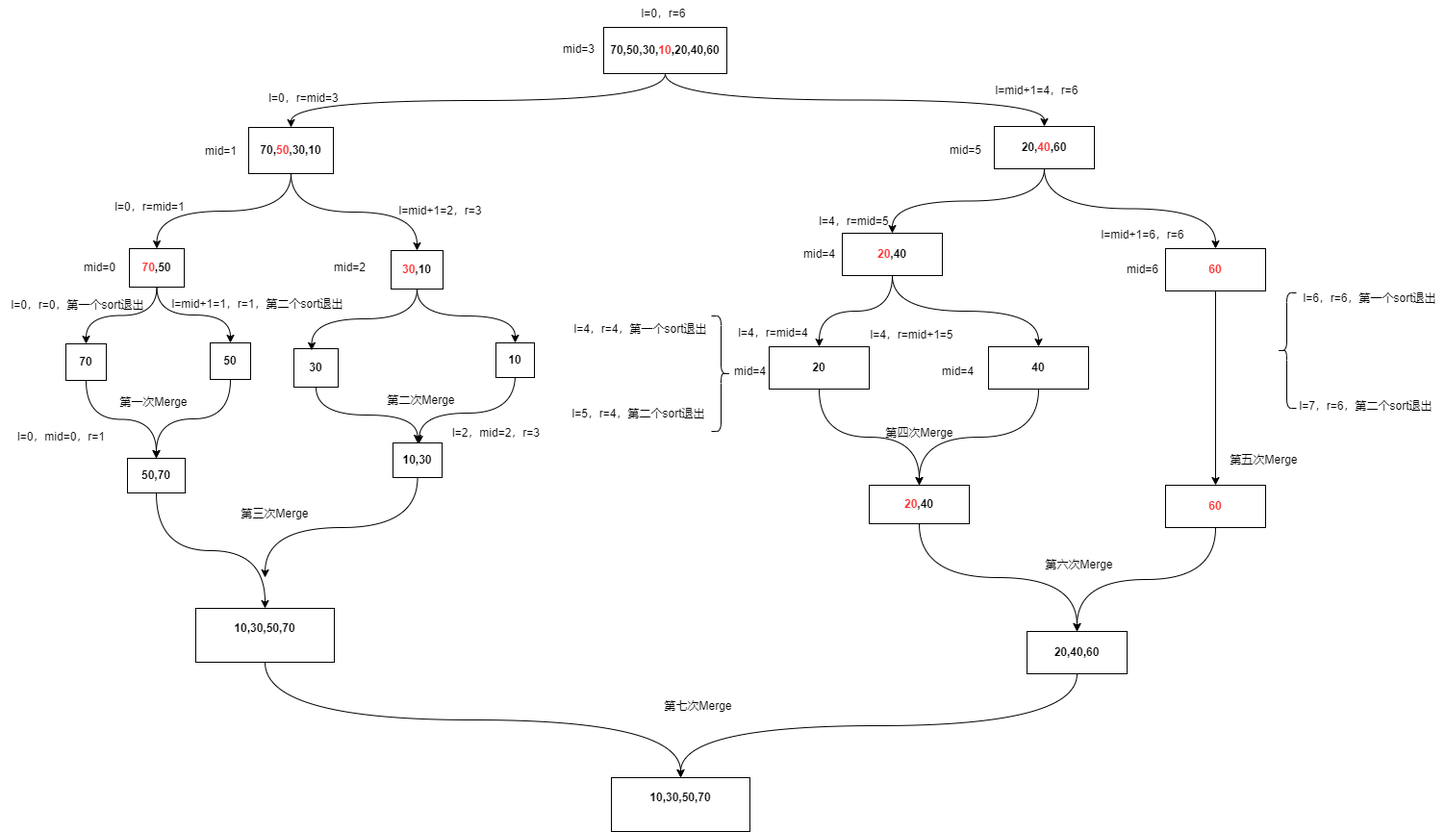
Before: AlgorithmsAndDataStructures/归并算法.drawio.png, a diagram exported from draw.io (wjb0823/drawio). Source tidied: cells renumbered, new cells last; positions are measured from the earlier drawing's top-left corner, leaving out a move shared by most shapes.
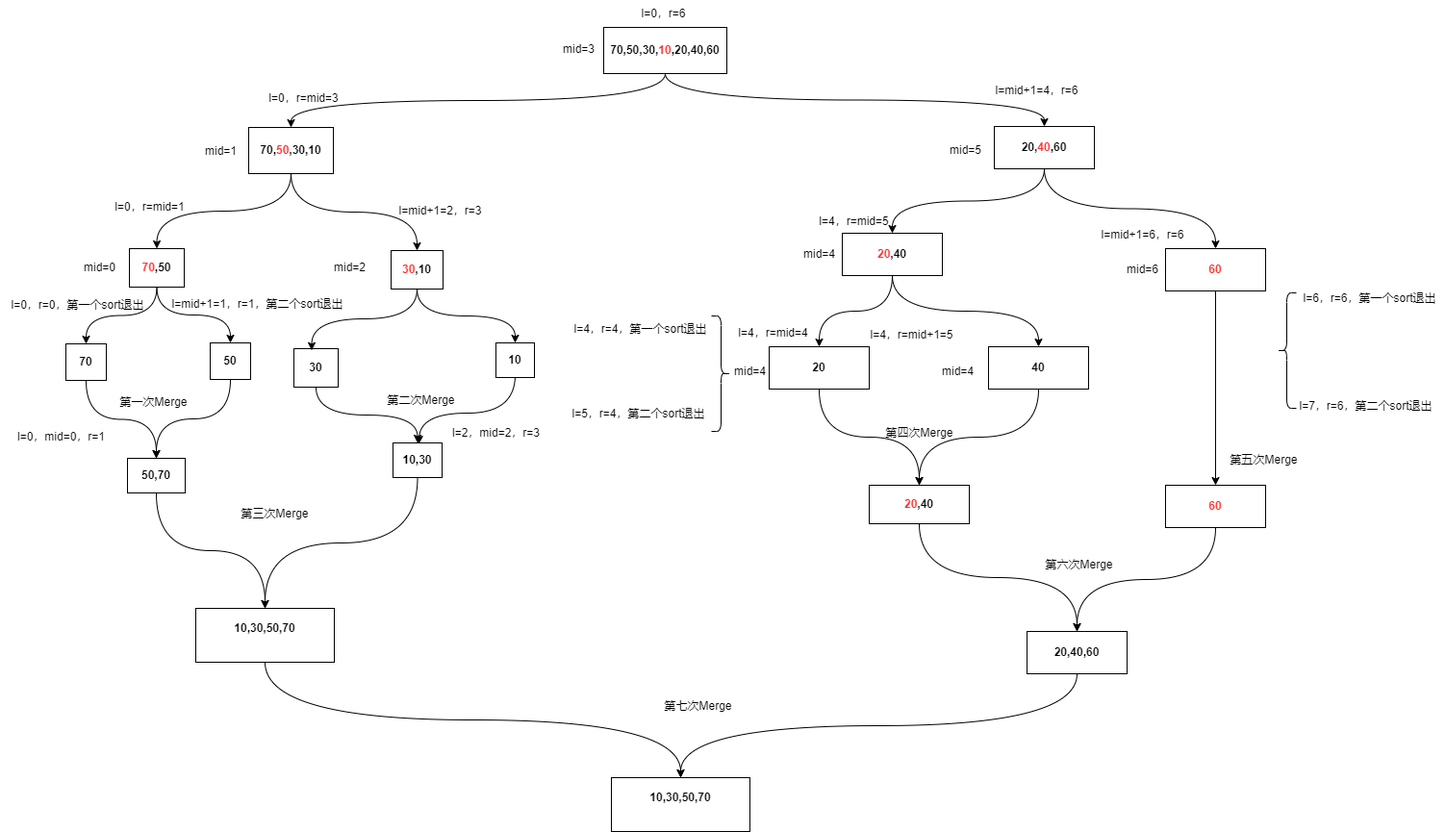
The same file after the commit.

Commit message:
更新归并算法.drawio.png

What changed in the source:
```diff
@@ -108,10 +108,8 @@
     <mxCell id="34" style="edgeStyle=orthogonalEdgeStyle;rounded=0;jettySize=auto;html=1;exitX=0.5;exitY=1;exitDx=0;exitDy=0;entryX=0.402;entryY=0.045;entryDx=0;entryDy=0;entryPerimeter=0;curved=1;" parent="1" edge="1" source="29" target="31">
       <mxGeometry relative="1" as="geometry" />
     </mxCell>
-    <mxCell id="35" style="edgeStyle=orthogonalEdgeStyle;rounded=0;jettySize=auto;html=1;exitX=0.5;exitY=1;exitDx=0;exitDy=0;curved=1;" parent="1" edge="1" source="36">
-      <mxGeometry relative="1" as="geometry">
-        <mxPoint x="275" y="600" as="targetPoint" />
-      </mxGeometry>
+    <mxCell id="35" style="edgeStyle=orthogonalEdgeStyle;rounded=0;jettySize=auto;html=1;exitX=0.5;exitY=1;exitDx=0;exitDy=0;curved=1;entryX=0.5;entryY=0;entryDx=0;entryDy=0;" parent="1" edge="1" source="36" target="41">
+      <mxGeometry relative="1" as="geometry" />
     </mxCell>
     <mxCell id="36" value="&lt;b style=&quot;&quot;&gt;10,30&lt;/b&gt;&lt;b style=&quot;&quot;&gt;&lt;br&gt;&lt;/b&gt;" style="rounded=0;whiteSpace=wrap;html=1;" parent="1" vertex="1">
       <mxGeometry x="408" y="460" width="51" height="36" as="geometry" />
```
